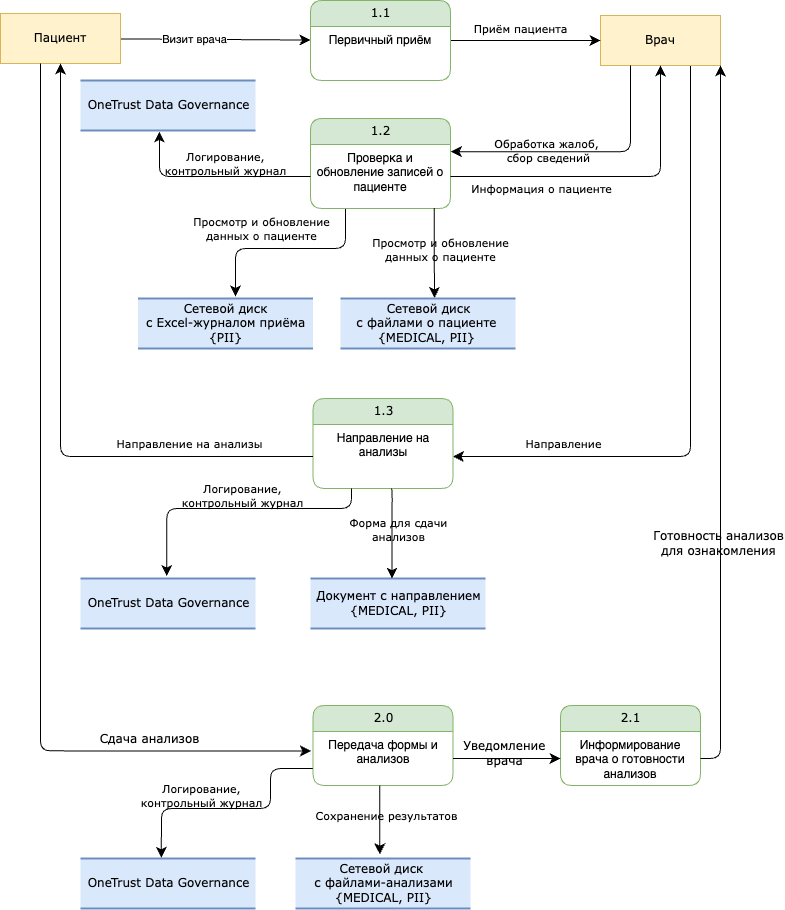
Earlier version of the draw.io export Exc1/DFD-DataLinage-Работа с медицинскими данными.drawio.png (denrzv/yp-architecture-sprint-10). Source tidied: cells renumbered, new cells last; positions are measured from the earlier drawing's top-left corner, leaving out a move shared by most shapes.
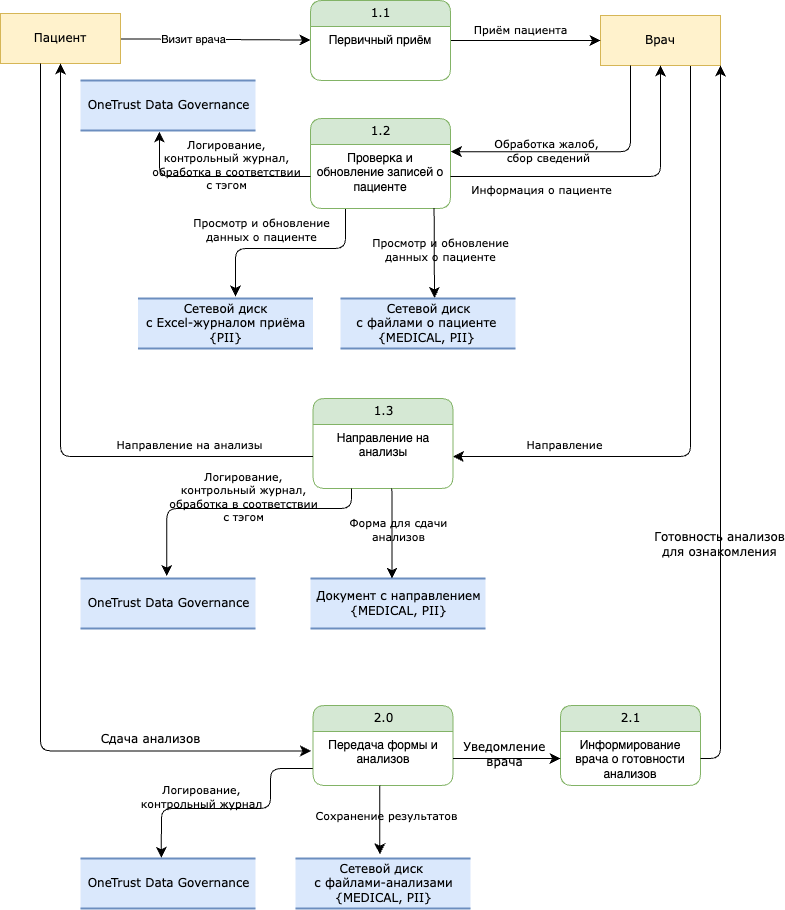
After the commit.

The edit, as a diff of the source:
```diff
@@ -183,7 +183,7 @@
         </Array>
       </mxGeometry>
     </mxCell>
-    <mxCell id="46" value="Логирование,&lt;div&gt;контрольный журнал&lt;/div&gt;" style="edgeLabel;html=1;align=center;verticalAlign=middle;fontFamily=Verdana;fontSize=11;fontColor=default;labelBackgroundColor=none;" parent="45" vertex="1">
+    <mxCell id="46" value="Логирование,&lt;div&gt;контрольный журнал&lt;span style=&quot;background-color: transparent; color: light-dark(rgb(0, 0, 0), rgb(255, 255, 255));&quot;&gt;,&lt;/span&gt;&lt;/div&gt;&lt;div&gt;обработка в соответствии&lt;/div&gt;&lt;div&gt;с тэгом&lt;/div&gt;" style="edgeLabel;html=1;align=center;verticalAlign=middle;fontFamily=Verdana;fontSize=11;fontColor=default;labelBackgroundColor=none;" parent="45" vertex="1">
       <mxGeometry x="0.01" y="-3" relative="1" as="geometry">
         <mxPoint x="14" y="-10" as="offset" />
       </mxGeometry>
@@ -203,7 +203,7 @@
         </Array>
       </mxGeometry>
     </mxCell>
-    <mxCell id="50" value="Логирование,&lt;div&gt;контрольный журнал&lt;br&gt;&lt;/div&gt;" style="edgeLabel;html=1;align=center;verticalAlign=middle;fontFamily=Verdana;fontSize=11;fontColor=default;labelBackgroundColor=none;" parent="49" vertex="1">
+    <mxCell id="50" value="Логирование,&lt;div&gt;контрольный журнал&lt;span style=&quot;background-color: transparent; color: light-dark(rgb(0, 0, 0), rgb(255, 255, 255));&quot;&gt;,&lt;/span&gt;&lt;/div&gt;&lt;div&gt;обработка в соответствии&lt;/div&gt;&lt;div&gt;с тэгом&lt;/div&gt;" style="edgeLabel;html=1;align=center;verticalAlign=middle;fontFamily=Verdana;fontSize=11;fontColor=default;labelBackgroundColor=none;" parent="49" vertex="1">
       <mxGeometry x="0.01" y="-3" relative="1" as="geometry">
         <mxPoint x="9" y="-10" as="offset" />
       </mxGeometry>
```
